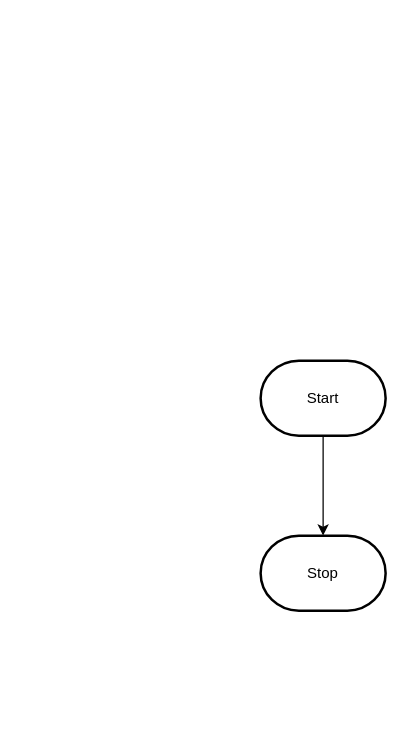
This is design/flowchart.drawio from MTHS-ICS2O-2-2022/ICS2O-Unit-5-07-Osamah-Hasan, a draw.io file, before an edit. Source tidied: cells renumbered, new cells numbered last; positions are measured from the earlier drawing's top-left corner, leaving out a move shared by most shapes. Both pictures are drawn from the tidied source at 125%, with x=0, y=0 at pixel (260, 360).
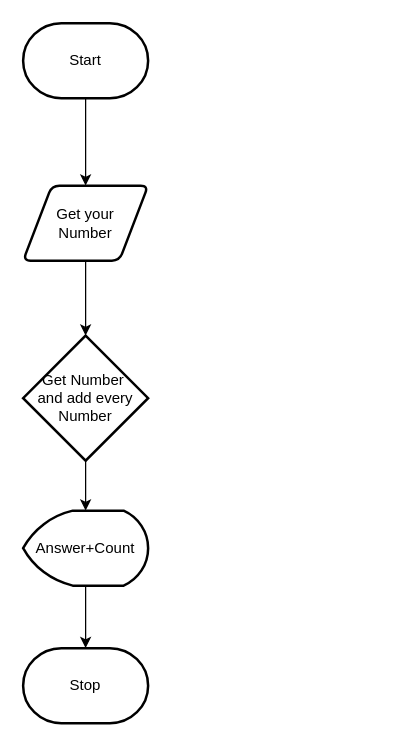
Above is the later version.

Commit message (it also covers changes not shown here):
number flow chart.png

Diff of the diagram source:
```diff
@@
 <mxGraphModel>
   <root>
     <mxCell id="0" />
     <mxCell id="1" parent="0" />
-    <mxCell id="2" style="edgeStyle=orthogonalEdgeStyle;html=1;rounded=0;" parent="1" edge="1" source="3" target="4">
-      <mxGeometry relative="1" as="geometry" />
-    </mxCell>
+    <mxCell id="5" style="edgeStyle=orthogonalEdgeStyle;html=1;" parent="1" edge="1" source="3" target="7">
+      <mxGeometry relative="1" as="geometry" />
+    </mxCell>
     <mxCell id="3" value="Start" style="strokeWidth=2;html=1;shape=mxgraph.flowchart.terminator;whiteSpace=wrap;" parent="1" vertex="1">
-      <mxGeometry width="100" height="60" as="geometry" />
+      <mxGeometry x="-190" y="-270" width="100" height="60" as="geometry" />
     </mxCell>
     <mxCell id="4" value="Stop" style="strokeWidth=2;html=1;shape=mxgraph.flowchart.terminator;whiteSpace=wrap;" parent="1" vertex="1">
-      <mxGeometry y="140" width="100" height="60" as="geometry" />
+      <mxGeometry x="-190" y="230" width="100" height="60" as="geometry" />
     </mxCell>
+    <mxCell id="6" style="edgeStyle=orthogonalEdgeStyle;html=1;" parent="1" edge="1" source="7" target="9">
+      <mxGeometry relative="1" as="geometry" />
+    </mxCell>
+    <mxCell id="7" value="Get your &lt;br&gt;Number" style="shape=parallelogram;html=1;strokeWidth=2;perimeter=parallelogramPerimeter;whiteSpace=wrap;rounded=1;arcSize=12;size=0.23;" parent="1" vertex="1">
+      <mxGeometry x="-190" y="-140" width="100" height="60" as="geometry" />
+    </mxCell>
+    <mxCell id="8" style="edgeStyle=orthogonalEdgeStyle;html=1;entryX=0.5;entryY=0;entryDx=0;entryDy=0;entryPerimeter=0;" parent="1" edge="1" source="9" target="11">
+      <mxGeometry relative="1" as="geometry" />
+    </mxCell>
+    <mxCell id="9" value="Get Number&amp;nbsp;&lt;br&gt;and add every&lt;br&gt;Number" style="strokeWidth=2;html=1;shape=mxgraph.flowchart.decision;whiteSpace=wrap;" parent="1" vertex="1">
+      <mxGeometry x="-190" y="-20" width="100" height="100" as="geometry" />
+    </mxCell>
+    <mxCell id="10" style="edgeStyle=orthogonalEdgeStyle;html=1;" parent="1" edge="1" source="11" target="4">
+      <mxGeometry relative="1" as="geometry" />
+    </mxCell>
+    <mxCell id="11" value="Answer+Count" style="strokeWidth=2;html=1;shape=mxgraph.flowchart.display;whiteSpace=wrap;" parent="1" vertex="1">
+      <mxGeometry x="-190" y="120" width="100" height="60" as="geometry" />
+    </mxCell>
   </root>
 </mxGraphModel>
```
